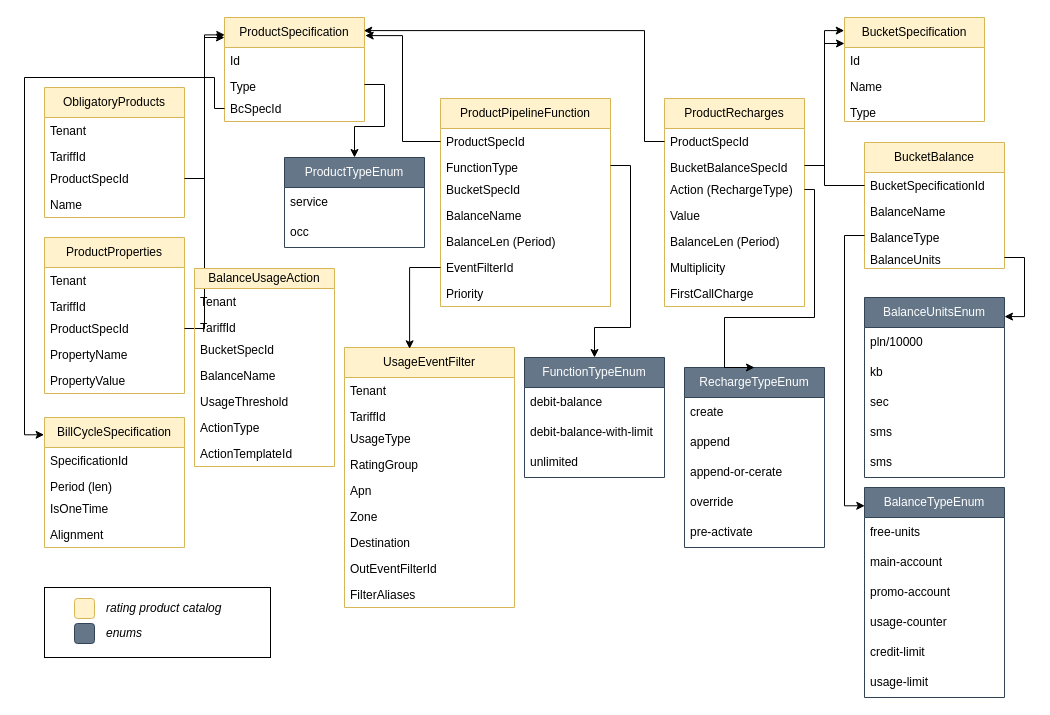
Above: ratemind/ratingProductCatalog.drawio in arturd2/diagrams (draw.io), before the change. Source tidied: cells renumbered, new cells numbered last; positions are measured from the earlier drawing's top-left corner, leaving out a move shared by most shapes. Both pictures are drawn from the tidied source at 100%, with x=0, y=0 at pixel (24, 17).
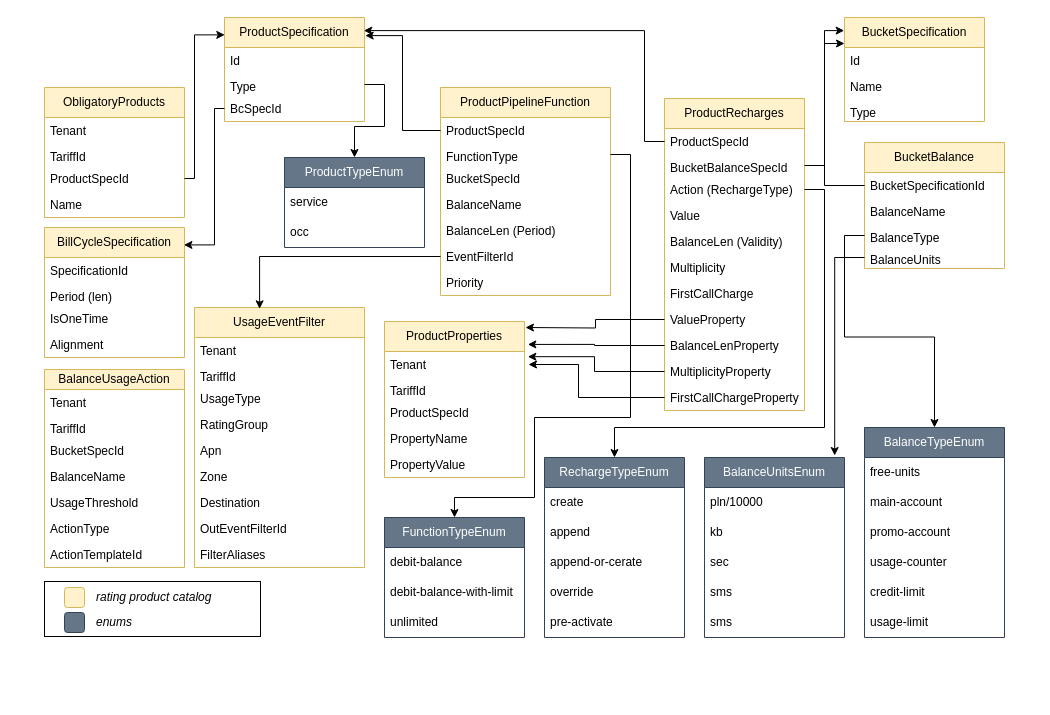
Above is the later version.

Unchanged cells that the change refers to:
```xml
<mxCell id="2" value="ProductSpecification" style="swimlane;fontStyle=0;horizontal=1;startSize=30;whiteSpace=wrap;html=1;fillColor=#fff2cc;strokeColor=#d6b656;" parent="1" vertex="1">
  <mxGeometry x="200" width="140" height="104" as="geometry" />
</mxCell>
<mxCell id="5" value="BcSpecId" style="text;align=left;verticalAlign=top;spacingLeft=4;spacingRight=4;overflow=hidden;points=[[0,0.5],[1,0.5]];portConstraint=eastwest;rounded=0;shadow=0;html=0;" parent="2" vertex="1">
  <mxGeometry y="78" width="140" height="26" as="geometry" />
</mxCell>
<mxCell id="13" value="BalanceType" style="text;align=left;verticalAlign=top;spacingLeft=4;spacingRight=4;overflow=hidden;points=[[0,0.5],[1,0.5]];portConstraint=eastwest;rounded=0;shadow=0;html=0;" parent="10" vertex="1">
  <mxGeometry y="82" width="140" height="22" as="geometry" />
</mxCell>
<mxCell id="14" value="BalanceUnits" style="text;align=left;verticalAlign=top;spacingLeft=4;spacingRight=4;overflow=hidden;points=[[0,0.5],[1,0.5]];portConstraint=eastwest;rounded=0;shadow=0;html=0;" parent="10" vertex="1">
  <mxGeometry y="104" width="140" height="22" as="geometry" />
</mxCell>
<mxCell id="23" value="Action (RechargeType)" style="text;align=left;verticalAlign=top;spacingLeft=4;spacingRight=4;overflow=hidden;points=[[0,0.5],[1,0.5]];portConstraint=eastwest;rounded=0;shadow=0;html=0;" parent="20" vertex="1">
  <mxGeometry y="78" width="140" height="26" as="geometry" />
</mxCell>
<mxCell id="37" value="FunctionType" style="text;align=left;verticalAlign=top;spacingLeft=4;spacingRight=4;overflow=hidden;points=[[0,0.5],[1,0.5]];portConstraint=eastwest;rounded=0;shadow=0;html=0;" parent="35" vertex="1">
  <mxGeometry y="56" width="170" height="22" as="geometry" />
</mxCell>
<mxCell id="70" value="ProductSpecId" style="text;align=left;verticalAlign=top;spacingLeft=4;spacingRight=4;overflow=hidden;points=[[0,0.5],[1,0.5]];portConstraint=eastwest;rounded=0;shadow=0;html=0;" parent="67" vertex="1">
  <mxGeometry y="78" width="140" height="26" as="geometry" />
</mxCell>
<mxCell id="73" value="Tenant" style="text;align=left;verticalAlign=top;spacingLeft=4;spacingRight=4;overflow=hidden;points=[[0,0.5],[1,0.5]];portConstraint=eastwest;" parent="72" vertex="1">
  <mxGeometry y="30" width="140" height="26" as="geometry" />
</mxCell>
<mxCell id="76" value="ProductSpecId" style="text;align=left;verticalAlign=top;spacingLeft=4;spacingRight=4;overflow=hidden;points=[[0,0.5],[1,0.5]];portConstraint=eastwest;rounded=0;shadow=0;html=0;" parent="72" vertex="1">
  <mxGeometry y="78" width="140" height="26" as="geometry" />
</mxCell>
```

Diff of the diagram source:
```diff
@@
     <mxCell id="15" value="BillCycleSpecification" style="swimlane;fontStyle=0;horizontal=1;startSize=30;whiteSpace=wrap;html=1;fillColor=#fff2cc;strokeColor=#d6b656;" parent="1" vertex="1">
-      <mxGeometry x="20" y="400" width="140" height="130" as="geometry" />
+      <mxGeometry x="20" y="210" width="140" height="130" as="geometry" />
     </mxCell>
@@
     <mxCell id="20" value="ProductRecharges" style="swimlane;fontStyle=0;horizontal=1;startSize=30;whiteSpace=wrap;html=1;fillColor=#fff2cc;strokeColor=#d6b656;" parent="1" vertex="1">
-      <mxGeometry x="640" y="81" width="140" height="208" as="geometry" />
+      <mxGeometry x="640" y="81" width="140" height="312" as="geometry" />
     </mxCell>
@@
-    <mxCell id="25" value="BalanceLen (Period)" style="text;align=left;verticalAlign=top;spacingLeft=4;spacingRight=4;overflow=hidden;rounded=0;shadow=0;html=0;" parent="20" vertex="1">
+    <mxCell id="25" value="BalanceLen (Validity)" style="text;align=left;verticalAlign=top;spacingLeft=4;spacingRight=4;overflow=hidden;rounded=0;shadow=0;html=0;" parent="20" vertex="1">
       <mxGeometry y="130" width="140" height="26" as="geometry" />
     </mxCell>
@@
+    <mxCell id="109" value="ValueProperty" style="text;align=left;verticalAlign=top;spacingLeft=4;spacingRight=4;overflow=hidden;points=[[0,0.5],[1,0.5]];portConstraint=eastwest;rounded=0;shadow=0;html=0;" parent="20" vertex="1">
+      <mxGeometry y="208" width="140" height="26" as="geometry" />
+    </mxCell>
+    <mxCell id="110" value="BalanceLenProperty" style="text;align=left;verticalAlign=top;spacingLeft=4;spacingRight=4;overflow=hidden;points=[[0,0.5],[1,0.5]];portConstraint=eastwest;rounded=0;shadow=0;html=0;" parent="20" vertex="1">
+      <mxGeometry y="234" width="140" height="26" as="geometry" />
+    </mxCell>
+    <mxCell id="111" value="MultiplicityProperty" style="text;align=left;verticalAlign=top;spacingLeft=4;spacingRight=4;overflow=hidden;points=[[0,0.5],[1,0.5]];portConstraint=eastwest;rounded=0;shadow=0;html=0;" parent="20" vertex="1">
+      <mxGeometry y="260" width="140" height="26" as="geometry" />
+    </mxCell>
+    <mxCell id="112" value="FirstCallChargeProperty" style="text;align=left;verticalAlign=top;spacingLeft=4;spacingRight=4;overflow=hidden;points=[[0,0.5],[1,0.5]];portConstraint=eastwest;rounded=0;shadow=0;html=0;" parent="20" vertex="1">
+      <mxGeometry y="286" width="140" height="26" as="geometry" />
+    </mxCell>
     <mxCell id="28" value="RechargeTypeEnum" style="swimlane;fontStyle=0;horizontal=1;startSize=30;whiteSpace=wrap;html=1;fillColor=#647687;strokeColor=#314354;fontColor=#ffffff;" parent="1" vertex="1">
-      <mxGeometry x="660" y="350" width="140" height="180" as="geometry" />
+      <mxGeometry x="520" y="440" width="140" height="180" as="geometry" />
     </mxCell>
@@
     <mxCell id="34" style="edgeStyle=orthogonalEdgeStyle;rounded=0;jettySize=auto;html=1;exitX=1;exitY=0.5;exitDx=0;exitDy=0;entryX=0.5;entryY=0;entryDx=0;entryDy=0;" parent="1" edge="1" source="23" target="28">
       <mxGeometry x="-0.47" y="11" relative="1" as="geometry">
         <Array as="points">
-          <mxPoint x="790" y="172" />
-          <mxPoint x="790" y="300" />
-          <mxPoint x="700" y="300" />
+          <mxPoint x="800" y="172" />
+          <mxPoint x="800" y="410" />
+          <mxPoint x="590" y="410" />
         </Array>
       </mxGeometry>
     </mxCell>
     <mxCell id="35" value="ProductPipelineFunction" style="swimlane;fontStyle=0;horizontal=1;startSize=30;whiteSpace=wrap;html=1;fillColor=#fff2cc;strokeColor=#d6b656;" parent="1" vertex="1">
-      <mxGeometry x="416" y="81" width="170" height="208" as="geometry" />
+      <mxGeometry x="416" y="70" width="170" height="208" as="geometry" />
     </mxCell>
@@
     <mxCell id="43" value="FunctionTypeEnum" style="swimlane;fontStyle=0;horizontal=1;startSize=30;whiteSpace=wrap;html=1;fillColor=#647687;strokeColor=#314354;fontColor=#ffffff;" parent="1" vertex="1">
-      <mxGeometry x="500" y="340" width="140" height="120" as="geometry" />
+      <mxGeometry x="360" y="500" width="140" height="120" as="geometry" />
     </mxCell>
@@
     <mxCell id="47" style="edgeStyle=orthogonalEdgeStyle;rounded=0;jettySize=auto;html=1;exitX=1;exitY=0.5;exitDx=0;exitDy=0;entryX=0.5;entryY=0;entryDx=0;entryDy=0;" parent="1" edge="1" source="37" target="43">
       <mxGeometry x="-0.76" y="15" relative="1" as="geometry">
         <Array as="points">
-          <mxPoint x="606" y="148" />
-          <mxPoint x="606" y="310" />
-          <mxPoint x="570" y="310" />
+          <mxPoint x="606" y="137" />
+          <mxPoint x="606" y="400" />
+          <mxPoint x="510" y="400" />
+          <mxPoint x="510" y="480" />
+          <mxPoint x="430" y="480" />
         </Array>
       </mxGeometry>
     </mxCell>
     <mxCell id="48" style="rounded=0;whiteSpace=wrap;html=1;" parent="1" vertex="1">
-      <mxGeometry x="20" y="570" width="226" height="70" as="geometry" />
+      <mxGeometry x="20" y="564" width="216" height="55" as="geometry" />
     </mxCell>
     <mxCell id="49" style="rounded=1;whiteSpace=wrap;html=1;fillColor=#fff2cc;strokeColor=#d6b656;" parent="1" vertex="1">
-      <mxGeometry x="50" y="581" width="20" height="20" as="geometry" />
+      <mxGeometry x="40" y="570" width="20" height="20" as="geometry" />
     </mxCell>
     <mxCell id="50" value="rating product catalog" style="text;html=1;whiteSpace=wrap;strokeColor=none;fillColor=none;align=left;verticalAlign=middle;rounded=0;fontStyle=2;" parent="1" vertex="1">
-      <mxGeometry x="80" y="576" width="180" height="30" as="geometry" />
+      <mxGeometry x="70" y="565" width="180" height="30" as="geometry" />
     </mxCell>
     <mxCell id="51" style="rounded=1;whiteSpace=wrap;html=1;fillColor=#647687;strokeColor=#314354;fontColor=#ffffff;" parent="1" vertex="1">
-      <mxGeometry x="50" y="606" width="20" height="20" as="geometry" />
+      <mxGeometry x="40" y="595" width="20" height="20" as="geometry" />
     </mxCell>
     <mxCell id="52" value="enums" style="text;html=1;whiteSpace=wrap;strokeColor=none;fillColor=none;align=left;verticalAlign=middle;rounded=0;fontStyle=2;" parent="1" vertex="1">
-      <mxGeometry x="80" y="601" width="100" height="30" as="geometry" />
+      <mxGeometry x="70" y="590" width="100" height="30" as="geometry" />
     </mxCell>
     <mxCell id="53" value="UsageEventFilter" style="swimlane;fontStyle=0;horizontal=1;startSize=30;whiteSpace=wrap;html=1;fillColor=#fff2cc;strokeColor=#d6b656;" parent="1" vertex="1">
-      <mxGeometry x="320" y="330" width="170" height="260" as="geometry" />
+      <mxGeometry x="170" y="290" width="170" height="260" as="geometry" />
     </mxCell>
@@
     <mxCell id="72" value="ProductProperties" style="swimlane;fontStyle=0;horizontal=1;startSize=30;whiteSpace=wrap;html=1;fillColor=#fff2cc;strokeColor=#d6b656;" parent="1" vertex="1">
-      <mxGeometry x="20" y="220" width="140" height="156" as="geometry" />
+      <mxGeometry x="360" y="304" width="140" height="156" as="geometry" />
     </mxCell>
@@
-    <mxCell id="75" style="edgeStyle=orthogonalEdgeStyle;rounded=0;jettySize=auto;html=1;exitX=1;exitY=0.5;exitDx=0;exitDy=0;" parent="72" edge="1" source="76">
-      <mxGeometry relative="1" as="geometry">
-        <mxPoint x="180" y="-200" as="targetPoint" />
-        <Array as="points">
-          <mxPoint x="160" y="91" />
-          <mxPoint x="160" y="-200" />
-        </Array>
-      </mxGeometry>
-    </mxCell>
@@
     <mxCell id="79" value="BalanceUsageAction" style="swimlane;fontStyle=0;horizontal=1;startSize=20;whiteSpace=wrap;html=1;fillColor=#fff2cc;strokeColor=#d6b656;" parent="1" vertex="1">
-      <mxGeometry x="170" y="251" width="140" height="198" as="geometry" />
+      <mxGeometry x="20" y="352" width="140" height="198" as="geometry" />
     </mxCell>
@@
     <mxCell id="87" style="edgeStyle=orthogonalEdgeStyle;rounded=0;jettySize=auto;html=1;exitX=1;exitY=0.5;exitDx=0;exitDy=0;entryX=0.002;entryY=0.167;entryDx=0;entryDy=0;entryPerimeter=0;" parent="1" edge="1" source="70" target="2">
-      <mxGeometry relative="1" as="geometry" />
+      <mxGeometry relative="1" as="geometry">
+        <Array as="points">
+          <mxPoint x="170" y="161" />
+          <mxPoint x="170" y="17" />
+        </Array>
+      </mxGeometry>
     </mxCell>
@@
     <mxCell id="92" value="BalanceUnitsEnum" style="swimlane;fontStyle=0;horizontal=1;startSize=30;whiteSpace=wrap;html=1;fillColor=#647687;strokeColor=#314354;fontColor=#ffffff;" parent="1" vertex="1">
-      <mxGeometry x="840" y="280" width="140" height="180" as="geometry" />
+      <mxGeometry x="680" y="440" width="140" height="180" as="geometry" />
     </mxCell>
@@
     <mxCell id="98" value="BalanceTypeEnum" style="swimlane;fontStyle=0;horizontal=1;startSize=30;whiteSpace=wrap;html=1;fillColor=#647687;strokeColor=#314354;fontColor=#ffffff;" parent="1" vertex="1">
-      <mxGeometry x="840" y="470" width="140" height="210" as="geometry" />
+      <mxGeometry x="840" y="410" width="140" height="210" as="geometry" />
     </mxCell>
@@
-    <mxCell id="105" style="edgeStyle=orthogonalEdgeStyle;rounded=0;jettySize=auto;html=1;entryX=0.002;entryY=0.087;entryDx=0;entryDy=0;entryPerimeter=0;" parent="1" edge="1" source="13" target="98">
+    <mxCell id="105" style="edgeStyle=orthogonalEdgeStyle;rounded=0;jettySize=auto;html=1;entryX=0.5;entryY=0;entryDx=0;entryDy=0;" parent="1" edge="1" source="13" target="98">
       <mxGeometry relative="1" as="geometry" />
     </mxCell>
-    <mxCell id="106" style="edgeStyle=orthogonalEdgeStyle;rounded=0;jettySize=auto;html=1;entryX=1;entryY=0.106;entryDx=0;entryDy=0;entryPerimeter=0;exitX=1;exitY=0.5;exitDx=0;exitDy=0;" parent="1" edge="1" source="14" target="92">
+    <mxCell id="106" style="edgeStyle=orthogonalEdgeStyle;rounded=0;jettySize=auto;html=1;entryX=0.93;entryY=-0.011;entryDx=0;entryDy=0;entryPerimeter=0;exitX=0;exitY=0.5;exitDx=0;exitDy=0;" parent="1" edge="1" source="14" target="92">
       <mxGeometry relative="1" as="geometry" />
     </mxCell>
@@
-    <mxCell id="108" style="edgeStyle=orthogonalEdgeStyle;rounded=0;jettySize=auto;html=1;exitX=0;exitY=0.5;exitDx=0;exitDy=0;entryX=-0.003;entryY=0.133;entryDx=0;entryDy=0;entryPerimeter=0;" parent="1" edge="1" source="5" target="15">
+    <mxCell id="108" style="edgeStyle=orthogonalEdgeStyle;rounded=0;jettySize=auto;html=1;exitX=0;exitY=0.5;exitDx=0;exitDy=0;entryX=0.996;entryY=0.134;entryDx=0;entryDy=0;entryPerimeter=0;" parent="1" edge="1" source="5" target="15">
       <mxGeometry relative="1" as="geometry">
         <Array as="points">
           <mxPoint x="190" y="91" />
-          <mxPoint x="190" y="60" />
-          <mxPoint y="60" />
-          <mxPoint y="417" />
+          <mxPoint x="190" y="227" />
         </Array>
       </mxGeometry>
     </mxCell>
+    <mxCell id="113" style="edgeStyle=orthogonalEdgeStyle;rounded=0;jettySize=auto;html=1;" parent="1" edge="1" source="109">
+      <mxGeometry relative="1" as="geometry">
+        <mxPoint x="501" y="310" as="targetPoint" />
+      </mxGeometry>
+    </mxCell>
+    <mxCell id="114" style="edgeStyle=orthogonalEdgeStyle;rounded=0;jettySize=auto;html=1;exitX=0;exitY=0.5;exitDx=0;exitDy=0;entryX=1.024;entryY=0.147;entryDx=0;entryDy=0;entryPerimeter=0;" parent="1" edge="1" source="110" target="72">
+      <mxGeometry relative="1" as="geometry" />
+    </mxCell>
+    <mxCell id="115" style="edgeStyle=orthogonalEdgeStyle;rounded=0;jettySize=auto;html=1;entryX=1.024;entryY=0.199;entryDx=0;entryDy=0;entryPerimeter=0;" parent="1" edge="1" source="111" target="73">
+      <mxGeometry relative="1" as="geometry" />
+    </mxCell>
+    <mxCell id="116" style="edgeStyle=orthogonalEdgeStyle;rounded=0;jettySize=auto;html=1;exitX=0;exitY=0.5;exitDx=0;exitDy=0;" parent="1" edge="1" source="112">
+      <mxGeometry relative="1" as="geometry">
+        <mxPoint x="504" y="347" as="targetPoint" />
+        <Array as="points">
+          <mxPoint x="554" y="380" />
+          <mxPoint x="554" y="347" />
+        </Array>
+      </mxGeometry>
+    </mxCell>
```
